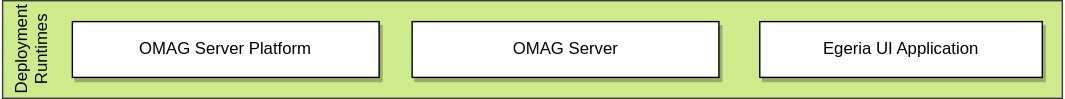
odpi/egeria-docs keeps this draw.io diagram as site/docs/release-notes/deployment-runtimes-functional-detail.svg. Above is the earlier version. Source tidied: cells renumbered, new cells last; positions are measured from the earlier drawing's top-left corner, leaving out a move shared by most shapes.
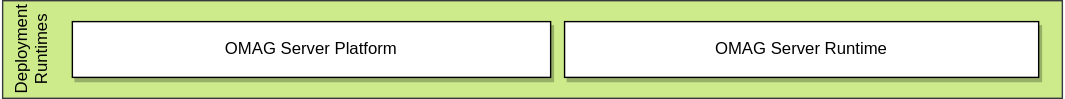
The same diagram one commit later.

What changed in the source:
```diff
@@ -3,16 +3,13 @@
     <mxCell id="0" />
     <mxCell id="1" parent="0" />
     <mxCell id="2" value="Deployment Runtimes" style="rounded=0;whiteSpace=wrap;html=1;horizontal=0;verticalAlign=top;fillColor=#cdeb8b;strokeColor=#36393d;" parent="1" vertex="1">
-      <mxGeometry width="760" height="70" as="geometry" />
+      <mxGeometry x="841" y="2" width="760" height="70" as="geometry" />
     </mxCell>
-    <mxCell id="3" value="Egeria UI Application" style="rounded=0;whiteSpace=wrap;html=1;align=center;shadow=1;" parent="1" vertex="1">
-      <mxGeometry x="543" y="15" width="202.6" height="40" as="geometry" />
+    <mxCell id="3" value="OMAG Server Runtime" style="rounded=0;whiteSpace=wrap;html=1;align=center;shadow=1;" parent="1" vertex="1">
+      <mxGeometry x="1244" y="17" width="340" height="40" as="geometry" />
     </mxCell>
-    <mxCell id="4" value="OMAG Server" style="rounded=0;whiteSpace=wrap;html=1;align=center;shadow=1;" parent="1" vertex="1">
-      <mxGeometry x="293.7" y="15" width="220" height="40" as="geometry" />
+    <mxCell id="4" value="OMAG Server Platform" style="rounded=0;whiteSpace=wrap;html=1;align=center;shadow=1;" parent="1" vertex="1">
+      <mxGeometry x="891" y="17" width="343" height="40" as="geometry" />
     </mxCell>
-    <mxCell id="5" value="OMAG Server Platform" style="rounded=0;whiteSpace=wrap;html=1;align=center;shadow=1;" parent="1" vertex="1">
-      <mxGeometry x="50" y="15" width="220" height="40" as="geometry" />
-    </mxCell>
   </root>
 </mxGraphModel>
```
